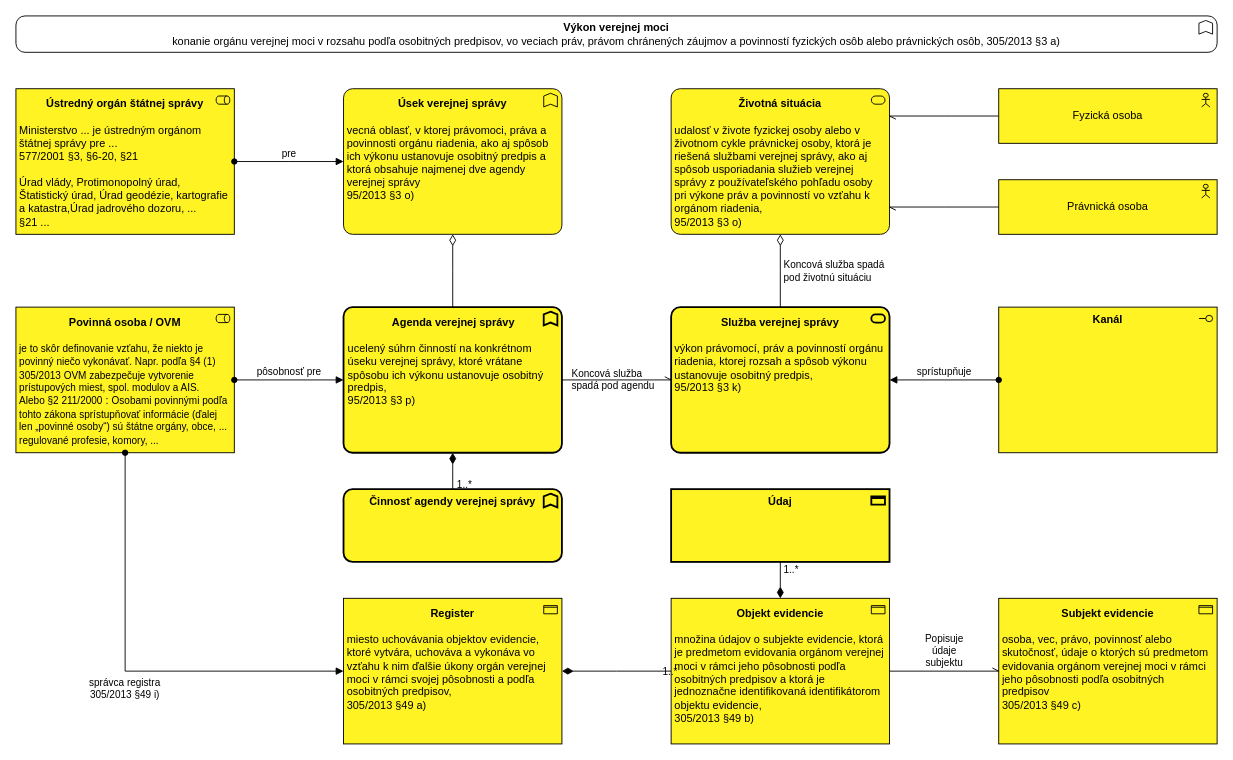
Before: src_doc/img/eGov-SK/metamodel_agenda_sluzba.drawio in vojtob/RPP, a draw.io diagram. Source tidied: cells renumbered, new cells numbered last; positions are measured from the earlier drawing's top-left corner, leaving out a move shared by most shapes. Both pictures are drawn from the tidied source at 91%, with x=0, y=0 at pixel (15, 15).
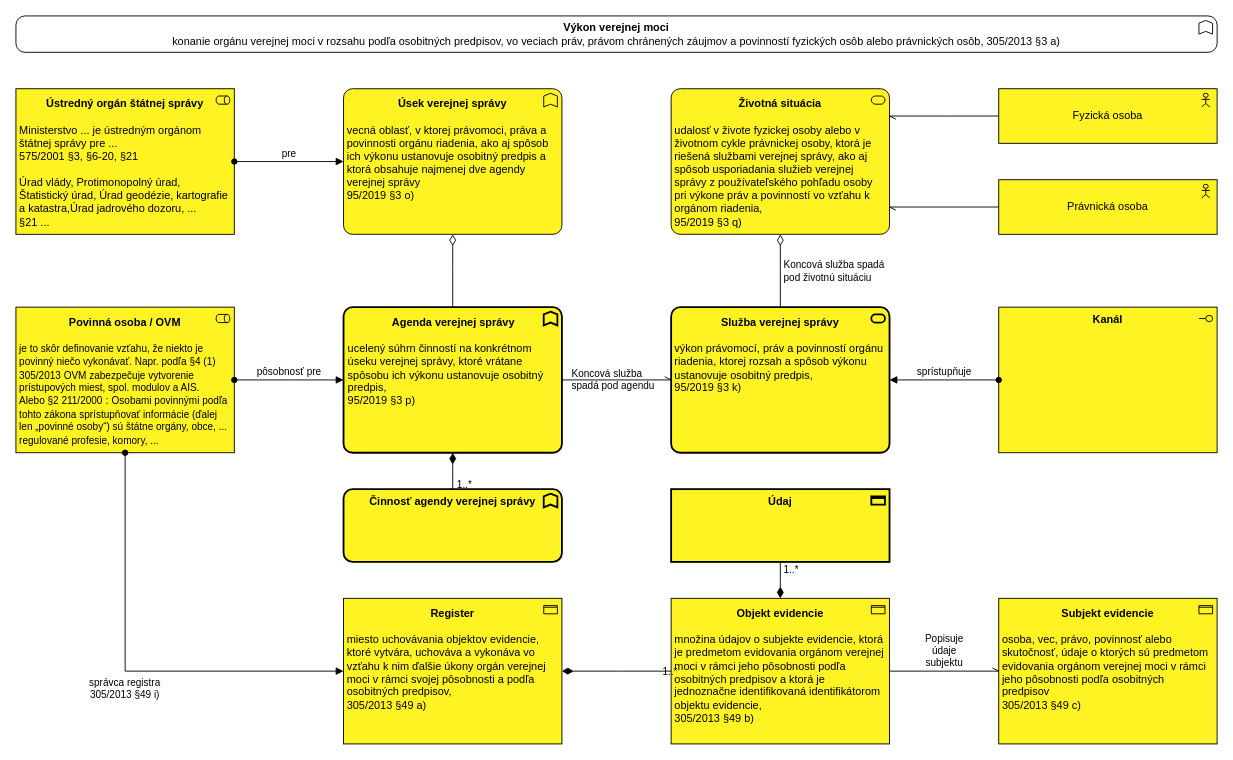
The same diagram, later.

Diff of the diagram source:
```diff
@@
-    <mxCell id="2" value="&lt;div&gt;&lt;b&gt;Životná situácia&lt;/b&gt;&lt;/div&gt;&lt;div&gt;&lt;b&gt;&lt;br&gt;&lt;/b&gt;&lt;/div&gt;&lt;div style=&quot;text-align: left;&quot;&gt;udalosť v živote fyzickej osoby alebo v životnom cykle právnickej osoby, ktorá je riešená službami verejnej správy, ako aj spôsob usporiadania služieb verejnej správy z používateľského pohľadu osoby pri výkone práv a povinností vo vzťahu k orgánom riadenia,&lt;/div&gt;&lt;div style=&quot;text-align: left;&quot;&gt;95/2013 §3 o)&lt;/div&gt;" style="html=1;outlineConnect=0;whiteSpace=wrap;fillColor=#FFF323;shape=mxgraph.archimate3.application;appType=serv;archiType=rounded;strokeColor=#000000;fontStyle=0;verticalAlign=top;spacing=5;" parent="1" vertex="1">
+    <mxCell id="2" value="&lt;div&gt;&lt;b&gt;Životná situácia&lt;/b&gt;&lt;/div&gt;&lt;div&gt;&lt;b&gt;&lt;br&gt;&lt;/b&gt;&lt;/div&gt;&lt;div style=&quot;text-align: left;&quot;&gt;udalosť v živote fyzickej osoby alebo v životnom cykle právnickej osoby, ktorá je riešená službami verejnej správy, ako aj spôsob usporiadania služieb verejnej správy z používateľského pohľadu osoby pri výkone práv a povinností vo vzťahu k orgánom riadenia,&lt;/div&gt;&lt;div style=&quot;text-align: left;&quot;&gt;95/2019 §3 q)&lt;/div&gt;" style="html=1;outlineConnect=0;whiteSpace=wrap;fillColor=#FFF323;shape=mxgraph.archimate3.application;appType=serv;archiType=rounded;strokeColor=#000000;fontStyle=0;verticalAlign=top;spacing=5;" parent="1" vertex="1">
       <mxGeometry x="720" y="80" width="240" height="160" as="geometry" />
     </mxCell>
-    <mxCell id="3" value="&lt;div style=&quot;text-align: center;&quot;&gt;&lt;b style=&quot;background-color: transparent; color: light-dark(rgb(0, 0, 0), rgb(255, 255, 255));&quot;&gt;Agenda verejnej správy&lt;/b&gt;&lt;/div&gt;&lt;div&gt;&lt;br&gt;&lt;div&gt;ucelený súhrn činností na konkrétnom úseku verejnej správy, ktoré vrátane spôsobu ich výkonu ustanovuje osobitný predpis,&amp;nbsp;&lt;/div&gt;&lt;div&gt;&lt;span style=&quot;background-color: transparent; color: light-dark(rgb(0, 0, 0), rgb(255, 255, 255));&quot;&gt;95/2013 §3 p)&lt;/span&gt;&lt;/div&gt;&lt;/div&gt;" style="html=1;outlineConnect=0;whiteSpace=wrap;fillColor=#FFF323;shape=mxgraph.archimate3.application;appType=func;archiType=rounded;strokeColor=#000000;align=left;verticalAlign=top;spacing=5;strokeWidth=2;" parent="1" vertex="1">
+    <mxCell id="3" value="&lt;div style=&quot;text-align: center;&quot;&gt;&lt;b style=&quot;background-color: transparent; color: light-dark(rgb(0, 0, 0), rgb(255, 255, 255));&quot;&gt;Agenda verejnej správy&lt;/b&gt;&lt;/div&gt;&lt;div&gt;&lt;br&gt;&lt;div&gt;ucelený súhrn činností na konkrétnom úseku verejnej správy, ktoré vrátane spôsobu ich výkonu ustanovuje osobitný predpis,&amp;nbsp;&lt;/div&gt;&lt;div&gt;&lt;span style=&quot;background-color: transparent; color: light-dark(rgb(0, 0, 0), rgb(255, 255, 255));&quot;&gt;95/2019 §3 p)&lt;/span&gt;&lt;/div&gt;&lt;/div&gt;" style="html=1;outlineConnect=0;whiteSpace=wrap;fillColor=#FFF323;shape=mxgraph.archimate3.application;appType=func;archiType=rounded;strokeColor=#000000;align=left;verticalAlign=top;spacing=5;strokeWidth=2;" parent="1" vertex="1">
       <mxGeometry x="360" y="320" width="240" height="160" as="geometry" />
     </mxCell>
@@
-    <mxCell id="8" value="&lt;b&gt;Úsek verejnej správy&lt;/b&gt;&lt;div style=&quot;text-align: left;&quot;&gt;&lt;br&gt;&lt;/div&gt;&lt;div style=&quot;text-align: left;&quot;&gt;vecná oblasť, v ktorej právomoci, práva a povinnosti orgánu riadenia, ako aj spôsob ich výkonu ustanovuje osobitný predpis a ktorá obsahuje najmenej dve agendy verejnej správy&amp;nbsp;&lt;/div&gt;&lt;div style=&quot;text-align: left;&quot;&gt;&lt;span style=&quot;background-color: transparent; color: light-dark(rgb(0, 0, 0), rgb(255, 255, 255));&quot;&gt;95/2013 §3 o)&lt;/span&gt;&lt;/div&gt;&lt;div style=&quot;text-align: left;&quot;&gt;&lt;br&gt;&lt;/div&gt;" style="html=1;outlineConnect=0;whiteSpace=wrap;fillColor=#FFF323;shape=mxgraph.archimate3.application;appType=func;archiType=rounded;strokeColor=#000000;verticalAlign=top;spacing=5;" parent="1" vertex="1">
+    <mxCell id="8" value="&lt;b&gt;Úsek verejnej správy&lt;/b&gt;&lt;div style=&quot;text-align: left;&quot;&gt;&lt;br&gt;&lt;/div&gt;&lt;div style=&quot;text-align: left;&quot;&gt;vecná oblasť, v ktorej právomoci, práva a povinnosti orgánu riadenia, ako aj spôsob ich výkonu ustanovuje osobitný predpis a ktorá obsahuje najmenej dve agendy verejnej správy&amp;nbsp;&lt;/div&gt;&lt;div style=&quot;text-align: left;&quot;&gt;&lt;span style=&quot;background-color: transparent; color: light-dark(rgb(0, 0, 0), rgb(255, 255, 255));&quot;&gt;95/2019 §3 o)&lt;/span&gt;&lt;/div&gt;&lt;div style=&quot;text-align: left;&quot;&gt;&lt;br&gt;&lt;/div&gt;" style="html=1;outlineConnect=0;whiteSpace=wrap;fillColor=#FFF323;shape=mxgraph.archimate3.application;appType=func;archiType=rounded;strokeColor=#000000;verticalAlign=top;spacing=5;" parent="1" vertex="1">
       <mxGeometry x="360" y="80" width="240" height="160" as="geometry" />
     </mxCell>
@@
-    <mxCell id="11" value="&lt;div&gt;&lt;b&gt;Služba verejnej správy&lt;/b&gt;&lt;/div&gt;&lt;div&gt;&lt;b&gt;&lt;br&gt;&lt;/b&gt;&lt;/div&gt;&lt;div style=&quot;text-align: left;&quot;&gt;výkon právomocí, práv a povinností orgánu riadenia, ktorej rozsah a spôsob výkonu ustanovuje osobitný predpis,&lt;/div&gt;&lt;div style=&quot;text-align: left;&quot;&gt;95/2013 §3 k)&lt;/div&gt;" style="html=1;outlineConnect=0;whiteSpace=wrap;fillColor=#FFF323;shape=mxgraph.archimate3.application;appType=serv;archiType=rounded;strokeColor=#000000;fontStyle=0;verticalAlign=top;spacing=5;strokeWidth=2;" parent="1" vertex="1">
+    <mxCell id="11" value="&lt;div&gt;&lt;b&gt;Služba verejnej správy&lt;/b&gt;&lt;/div&gt;&lt;div&gt;&lt;b&gt;&lt;br&gt;&lt;/b&gt;&lt;/div&gt;&lt;div style=&quot;text-align: left;&quot;&gt;výkon právomocí, práv a povinností orgánu riadenia, ktorej rozsah a spôsob výkonu ustanovuje osobitný predpis,&lt;/div&gt;&lt;div style=&quot;text-align: left;&quot;&gt;95/2019 §3 k)&lt;/div&gt;" style="html=1;outlineConnect=0;whiteSpace=wrap;fillColor=#FFF323;shape=mxgraph.archimate3.application;appType=serv;archiType=rounded;strokeColor=#000000;fontStyle=0;verticalAlign=top;spacing=5;strokeWidth=2;" parent="1" vertex="1">
       <mxGeometry x="720" y="320" width="240" height="160" as="geometry" />
     </mxCell>
-    <mxCell id="12" value="&lt;b&gt;Ústredný orgán štátnej správy&lt;/b&gt;&lt;div&gt;&lt;br&gt;&lt;/div&gt;&lt;div style=&quot;text-align: left;&quot;&gt;&lt;span style=&quot;background-color: transparent; color: light-dark(rgb(0, 0, 0), rgb(255, 255, 255));&quot;&gt;Ministerstvo ... je ústredným orgánom štátnej správy pre ...&lt;/span&gt;&lt;/div&gt;&lt;div style=&quot;text-align: left;&quot;&gt;&lt;div&gt;&lt;span style=&quot;text-align: center;&quot;&gt;577/2001 §3, §6-20, §21&lt;/span&gt;&lt;span style=&quot;background-color: transparent; color: light-dark(rgb(0, 0, 0), rgb(255, 255, 255));&quot;&gt;&lt;/span&gt;&lt;/div&gt;&lt;div&gt;&lt;/div&gt;&lt;/div&gt;&lt;div style=&quot;text-align: left;&quot;&gt;&lt;span style=&quot;background-color: transparent; color: light-dark(rgb(0, 0, 0), rgb(255, 255, 255));&quot;&gt;&lt;br&gt;&lt;/span&gt;&lt;/div&gt;&lt;div style=&quot;text-align: left;&quot;&gt;&lt;span style=&quot;background-color: transparent; color: light-dark(rgb(0, 0, 0), rgb(255, 255, 255));&quot;&gt;Úrad vlády,&amp;nbsp;&lt;/span&gt;&lt;span style=&quot;background-color: transparent; color: light-dark(rgb(0, 0, 0), rgb(255, 255, 255));&quot;&gt;Protimonopolný úrad,&lt;/span&gt;&lt;/div&gt;&lt;div style=&quot;text-align: left;&quot;&gt;&lt;div&gt;Štatistický úrad,&amp;nbsp;&lt;span style=&quot;background-color: transparent; color: light-dark(rgb(0, 0, 0), rgb(255, 255, 255));&quot;&gt;Úrad geodézie, kartografie a katastra,&lt;/span&gt;&lt;span style=&quot;background-color: transparent; color: light-dark(rgb(0, 0, 0), rgb(255, 255, 255));&quot;&gt;Úrad jadrového dozoru, ...&lt;/span&gt;&lt;/div&gt;&lt;div&gt;§21 ...&lt;/div&gt;&lt;/div&gt;" style="html=1;outlineConnect=0;whiteSpace=wrap;fillColor=#FFF323;shape=mxgraph.archimate3.application;appType=role;archiType=square;strokeColor=#000000;verticalAlign=top;spacing=5;" parent="1" vertex="1">
+    <mxCell id="12" value="&lt;b&gt;Ústredný orgán štátnej správy&lt;/b&gt;&lt;div&gt;&lt;br&gt;&lt;/div&gt;&lt;div style=&quot;text-align: left;&quot;&gt;&lt;span style=&quot;background-color: transparent; color: light-dark(rgb(0, 0, 0), rgb(255, 255, 255));&quot;&gt;Ministerstvo ... je ústredným orgánom štátnej správy pre ...&lt;/span&gt;&lt;/div&gt;&lt;div style=&quot;text-align: left;&quot;&gt;&lt;div&gt;&lt;span style=&quot;text-align: center;&quot;&gt;575/2001 §3, §6-20, §21&lt;/span&gt;&lt;span style=&quot;background-color: transparent; color: light-dark(rgb(0, 0, 0), rgb(255, 255, 255));&quot;&gt;&lt;/span&gt;&lt;/div&gt;&lt;div&gt;&lt;/div&gt;&lt;/div&gt;&lt;div style=&quot;text-align: left;&quot;&gt;&lt;span style=&quot;background-color: transparent; color: light-dark(rgb(0, 0, 0), rgb(255, 255, 255));&quot;&gt;&lt;br&gt;&lt;/span&gt;&lt;/div&gt;&lt;div style=&quot;text-align: left;&quot;&gt;&lt;span style=&quot;background-color: transparent; color: light-dark(rgb(0, 0, 0), rgb(255, 255, 255));&quot;&gt;Úrad vlády,&amp;nbsp;&lt;/span&gt;&lt;span style=&quot;background-color: transparent; color: light-dark(rgb(0, 0, 0), rgb(255, 255, 255));&quot;&gt;Protimonopolný úrad,&lt;/span&gt;&lt;/div&gt;&lt;div style=&quot;text-align: left;&quot;&gt;&lt;div&gt;Štatistický úrad,&amp;nbsp;&lt;span style=&quot;background-color: transparent; color: light-dark(rgb(0, 0, 0), rgb(255, 255, 255));&quot;&gt;Úrad geodézie, kartografie a katastra,&lt;/span&gt;&lt;span style=&quot;background-color: transparent; color: light-dark(rgb(0, 0, 0), rgb(255, 255, 255));&quot;&gt;Úrad jadrového dozoru, ...&lt;/span&gt;&lt;/div&gt;&lt;div&gt;§21 ...&lt;/div&gt;&lt;/div&gt;" style="html=1;outlineConnect=0;whiteSpace=wrap;fillColor=#FFF323;shape=mxgraph.archimate3.application;appType=role;archiType=square;strokeColor=#000000;verticalAlign=top;spacing=5;" parent="1" vertex="1">
       <mxGeometry y="80" width="240" height="160" as="geometry" />
     </mxCell>
```
